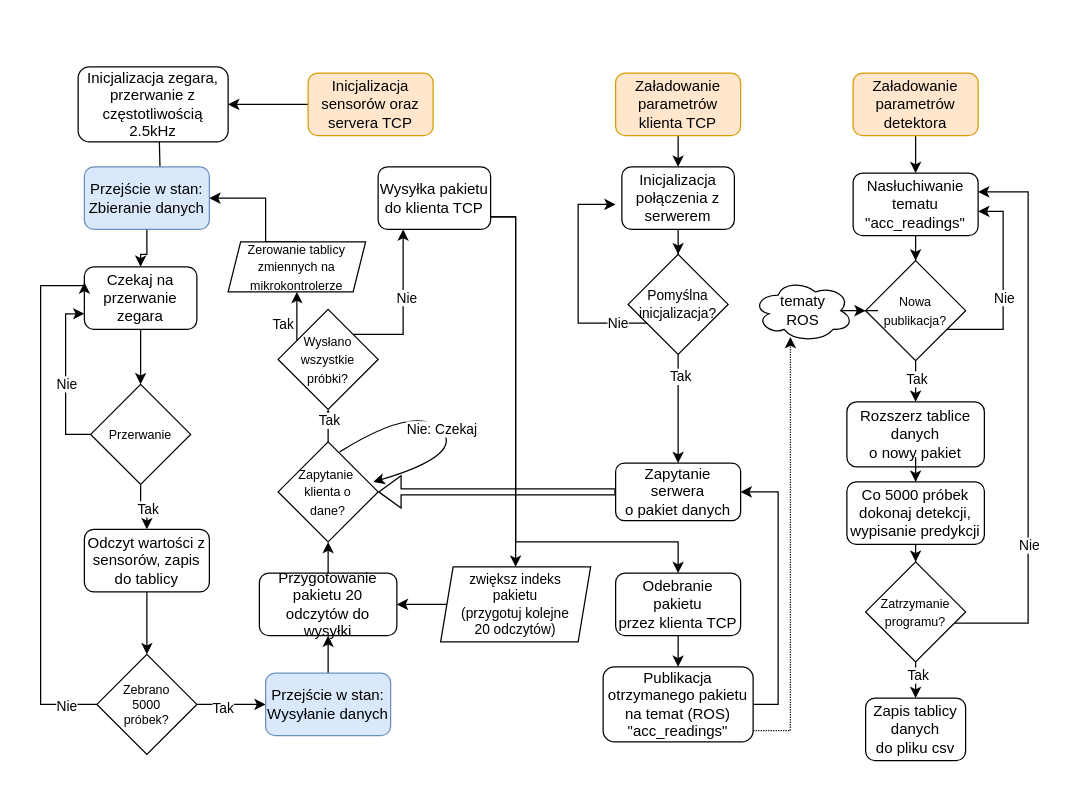
Before: Copy of przeplyw_danych_sd.drawio in TheKureq/TheKureq, a draw.io diagram. Source tidied: cells renumbered, new cells numbered last; positions are measured from the earlier drawing's top-left corner, leaving out a move shared by most shapes. Both pictures are drawn from the tidied source at 125%, with x=0, y=0 at pixel (40, 66).
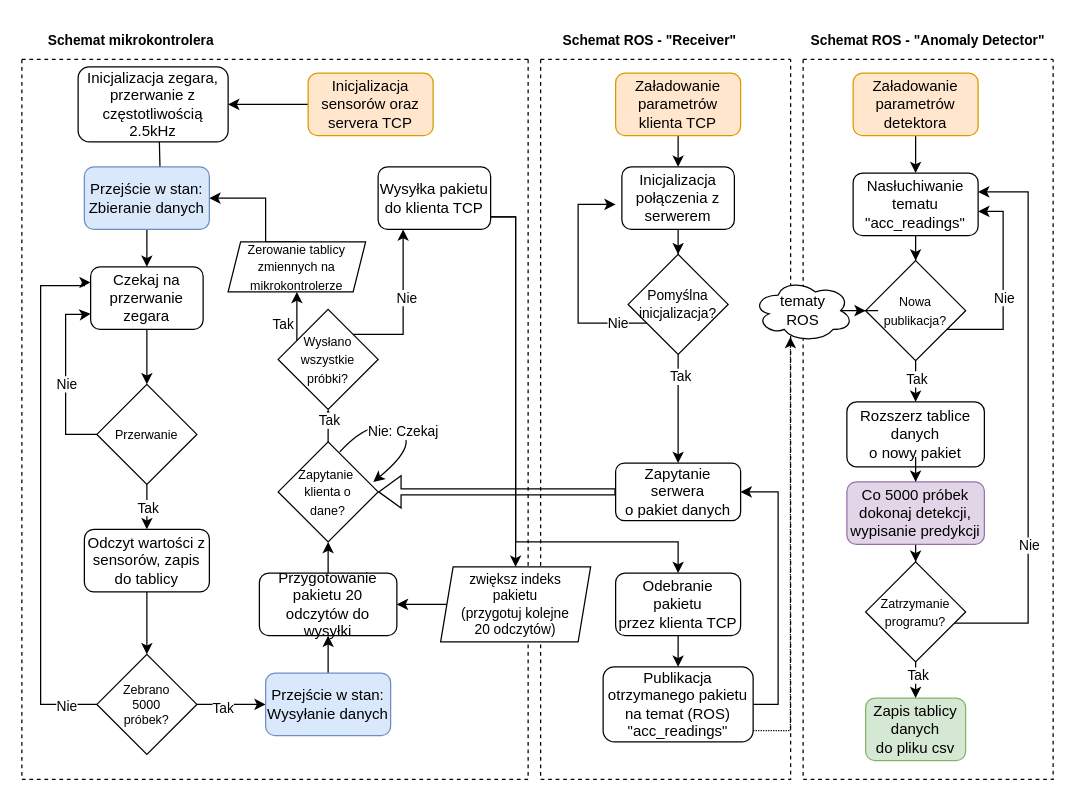
After the change.

The change refers to these unchanged cells:
```xml
<mxCell id="30" value="&lt;div&gt;&lt;font style=&quot;font-size: 10px;&quot;&gt;Zapytanie&amp;nbsp;&lt;/font&gt;&lt;/div&gt;&lt;div&gt;&lt;font style=&quot;font-size: 10px;&quot;&gt;klienta o &lt;/font&gt;&lt;/div&gt;&lt;font style=&quot;font-size: 10px;&quot;&gt;dane?&lt;br&gt;&lt;/font&gt;" style="rhombus;whiteSpace=wrap;html=1;" parent="1" vertex="1">
  <mxGeometry x="190" y="300" width="80" height="80" as="geometry" />
</mxCell>
```

Change to the diagram source:
```diff
@@
+    <mxCell id="80" style="swimlane;startSize=0;dashed=1;" parent="1" vertex="1">
+      <mxGeometry x="-15" y="-6" width="405" height="576" as="geometry" />
+    </mxCell>
+    <mxCell id="81" style="swimlane;startSize=0;dashed=1;" parent="1" vertex="1">
+      <mxGeometry x="400" y="-6" width="200" height="576" as="geometry" />
+    </mxCell>
+    <mxCell id="82" style="swimlane;startSize=0;dashed=1;" parent="1" vertex="1">
+      <mxGeometry x="610" y="-6" width="200" height="576" as="geometry" />
+    </mxCell>
@@
     <mxCell id="11" value="Czekaj na przerwanie&lt;br&gt;zegara" style="rounded=1;whiteSpace=wrap;html=1;" parent="1" vertex="1">
-      <mxGeometry x="35" y="160" width="90" height="50" as="geometry" />
+      <mxGeometry x="40" y="160" width="90" height="50" as="geometry" />
     </mxCell>
@@
     <mxCell id="16" value="&lt;font style=&quot;font-size: 10px;&quot;&gt;Przerwanie&lt;/font&gt;" style="rhombus;whiteSpace=wrap;html=1;" parent="1" vertex="1">
-      <mxGeometry x="40" y="254" width="80" height="80" as="geometry" />
+      <mxGeometry x="45" y="254" width="80" height="80" as="geometry" />
     </mxCell>
@@
     <mxCell id="31" style="curved=1;endArrow=classic;html=1;rounded=0;exitX=0.616;exitY=0.1;exitDx=0;exitDy=0;entryX=0.952;entryY=0.401;entryDx=0;entryDy=0;entryPerimeter=0;exitPerimeter=0;" parent="1" edge="1" source="30" target="30">
       <mxGeometry relative="1" as="geometry">
         <Array as="points">
-          <mxPoint x="300" y="270" />
-          <mxPoint x="340" y="310" />
+          <mxPoint x="265" y="280" />
+          <mxPoint x="305" y="300" />
         </Array>
       </mxGeometry>
     </mxCell>
@@
-    <mxCell id="72" value="&lt;div&gt;Zapis tablicy danych&lt;/div&gt;&lt;div&gt;do pliku csv&lt;br&gt;&lt;/div&gt;" style="rounded=1;whiteSpace=wrap;html=1;" parent="1" vertex="1">
+    <mxCell id="72" value="&lt;div&gt;Zapis tablicy danych&lt;/div&gt;&lt;div&gt;do pliku csv&lt;br&gt;&lt;/div&gt;" style="rounded=1;whiteSpace=wrap;html=1;fillColor=#d5e8d4;strokeColor=#82b366;" parent="1" vertex="1">
       <mxGeometry x="660" y="505" width="80" height="50" as="geometry" />
     </mxCell>
@@
-    <mxCell id="79" value="Co 5000 próbek&lt;br&gt;&lt;div&gt;dokonaj detekcji,&lt;/div&gt;&lt;div&gt;wypisanie predykcji&lt;br&gt;&lt;/div&gt;" style="rounded=1;whiteSpace=wrap;html=1;" parent="1" vertex="1">
+    <mxCell id="79" value="Co 5000 próbek&lt;br&gt;&lt;div&gt;dokonaj detekcji,&lt;/div&gt;&lt;div&gt;wypisanie predykcji&lt;br&gt;&lt;/div&gt;" style="rounded=1;whiteSpace=wrap;html=1;fillColor=#e1d5e7;strokeColor=#9673a6;" parent="1" vertex="1">
       <mxGeometry x="645" y="332" width="110" height="50" as="geometry" />
     </mxCell>
+    <mxCell id="83" value="Schemat mikrokontrolera" style="text;html=1;strokeColor=none;fillColor=none;align=center;verticalAlign=middle;whiteSpace=wrap;rounded=0;fontStyle=1;fontSize=11;" parent="1" vertex="1">
+      <mxGeometry x="-15" y="-36" width="175" height="30" as="geometry" />
+    </mxCell>
+    <mxCell id="84" value="Schemat ROS - &quot;Receiver&quot;" style="text;html=1;strokeColor=none;fillColor=none;align=center;verticalAlign=middle;whiteSpace=wrap;rounded=0;fontStyle=1;fontSize=11;" parent="1" vertex="1">
+      <mxGeometry x="400" y="-36" width="175" height="30" as="geometry" />
+    </mxCell>
+    <mxCell id="85" value="Schemat ROS - &quot;Anomaly Detector&quot;" style="text;html=1;strokeColor=none;fillColor=none;align=center;verticalAlign=middle;whiteSpace=wrap;rounded=0;fontStyle=1;fontSize=11;" parent="1" vertex="1">
+      <mxGeometry x="610" y="-36" width="200" height="30" as="geometry" />
+    </mxCell>
```
